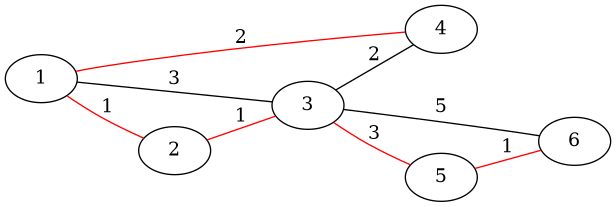
ClemensFMN/Journal keeps this Graphviz diagram as images/sssp_2.png. Above is the earlier version. Its source is kept beside it as images/sssp_2.dot.
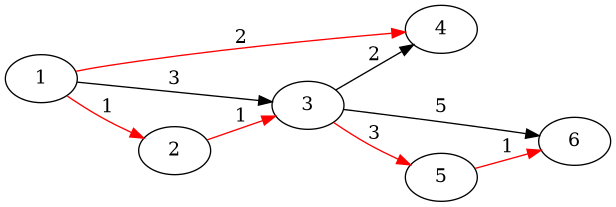
After the commit.

Commit message:
SSSP, part #3

What changed in the source:
```diff
@@ -1,20 +1,20 @@
-graph BST {
+digraph BST {
 rankdir="LR";
 
-1 -- 3[label="3"];
+1 -> 3[label="3"];
 
-3 -- 4[label="2"];
-3 -- 6[label="5"];
+3 -> 4[label="2"];
+3 -> 6[label="5"];
 
 
 edge[color=red];
-1 -- 2[label="1"];
-1 -- 4[label="2"];
+1 -> 2[label="1"];
+1 -> 4[label="2"];
 
-2 -- 3[label="1"];
+2 -> 3[label="1"];
 
-3 -- 5[label="3"];
+3 -> 5[label="3"];
 
-5 -- 6[label="1"];
+5 -> 6[label="1"];
 
 }
```
